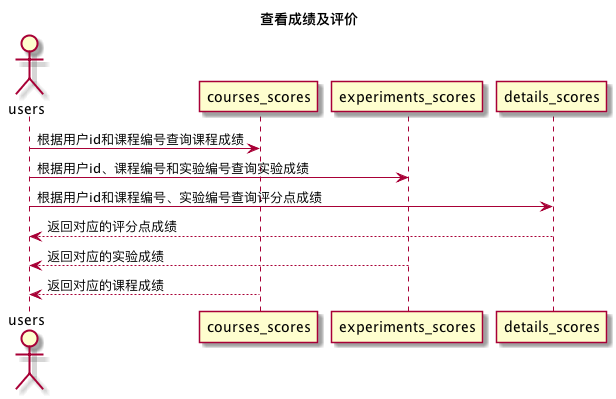
Before: out/test6/sequence/查看成绩及评价/查看成绩及评价.png, a diagram exported from PlantUML (Landy7/is_analysis). The source it was exported from:
```plantuml
@startuml
title 查看成绩及评价
actor users
users -> courses_scores: 根据用户id和课程编号查询课程成绩
users -> experiments_scores: 根据用户id、课程编号和实验编号查询实验成绩
users -> details_scores: 根据用户id和课程编号、实验编号查询评分点成绩
details_scores --> users: 返回对应的评分点成绩
experiments_scores --> users: 返回对应的实验成绩
courses_scores --> users: 返回对应的课程成绩


@enduml
```
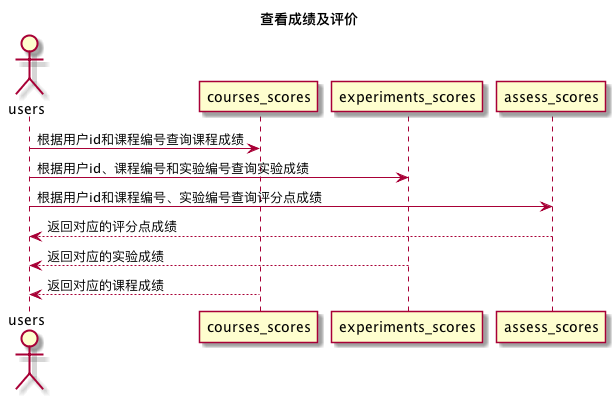
Later version of the same file.

What changed in the source:
```diff
@@ -3,8 +3,8 @@
 actor users
 users -> courses_scores: 根据用户id和课程编号查询课程成绩
 users -> experiments_scores: 根据用户id、课程编号和实验编号查询实验成绩
-users -> details_scores: 根据用户id和课程编号、实验编号查询评分点成绩
-details_scores --> users: 返回对应的评分点成绩
+users -> assess_scores: 根据用户id和课程编号、实验编号查询评分点成绩
+assess_scores --> users: 返回对应的评分点成绩
 experiments_scores --> users: 返回对应的实验成绩
 courses_scores --> users: 返回对应的课程成绩
 
```
